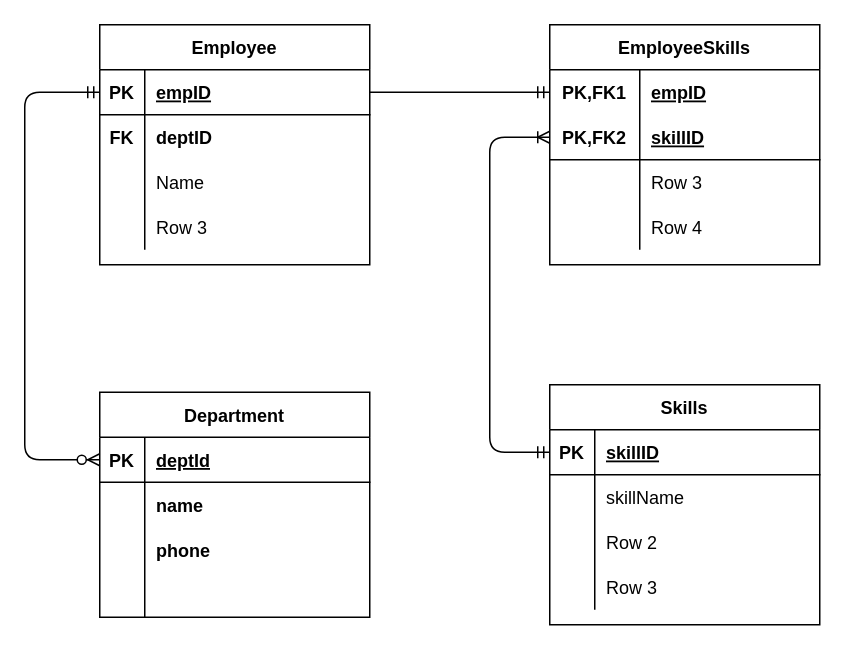
brameldering/temp keeps this draw.io diagram as test employee dept en skill.drawio. Above is the earlier version. Source tidied: cells renumbered, new cells numbered last; positions are measured from the earlier drawing's top-left corner, leaving out a move shared by most shapes. Both pictures are drawn from the tidied source at 150%, with x=0, y=0 at pixel (24, 24).
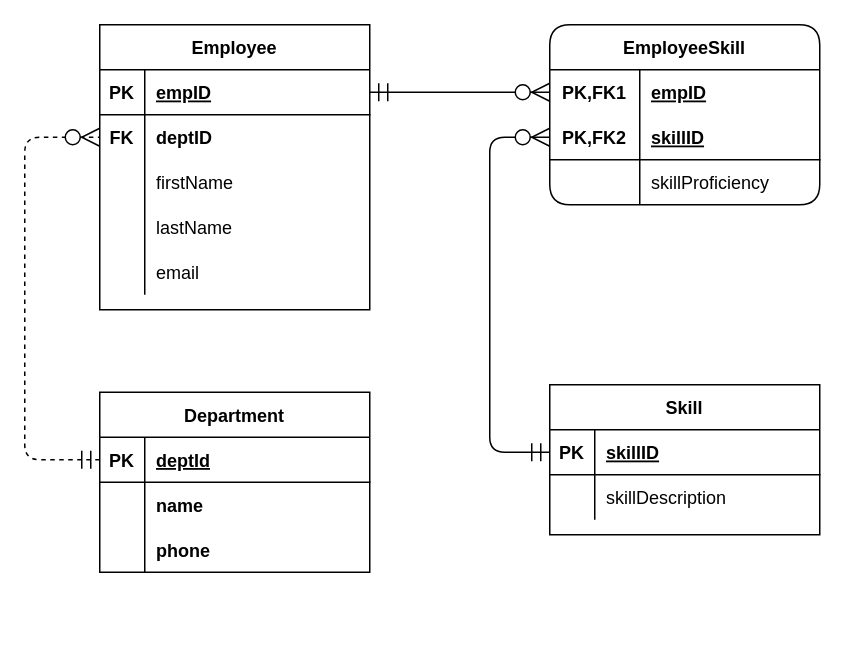
Above is the later version.

The change refers to these unchanged cells:
```xml
<mxCell id="4" style="shape=partialRectangle;fillColor=none;top=0;left=0;bottom=1;right=0;points=[[0,0.5],[1,0.5]];portConstraint=eastwest;" parent="3" vertex="1">
  <mxGeometry y="30" width="180" height="30" as="geometry" />
</mxCell>
<mxCell id="7" style="shape=partialRectangle;fillColor=none;top=0;left=0;bottom=0;right=0;" parent="3" vertex="1">
  <mxGeometry y="60" width="180" height="30" as="geometry" />
</mxCell>
<mxCell id="17" style="shape=partialRectangle;fillColor=none;top=0;left=0;bottom=0;right=0;points=[[0,0.5],[1,0.5]];portConstraint=eastwest;" parent="16" vertex="1">
  <mxGeometry y="30" width="180" height="30" as="geometry" />
</mxCell>
<mxCell id="20" style="shape=partialRectangle;fillColor=none;top=0;left=0;bottom=1;right=0;points=[[0,0.5],[1,0.5]];portConstraint=eastwest;" parent="16" vertex="1">
  <mxGeometry y="60" width="180" height="30" as="geometry" />
</mxCell>
<mxCell id="23" style="shape=partialRectangle;fillColor=none;top=0;left=0;bottom=0;right=0;" parent="16" vertex="1">
  <mxGeometry y="90" width="180" height="30" as="geometry" />
</mxCell>
<mxCell id="30" style="shape=partialRectangle;fillColor=none;top=0;left=0;bottom=1;right=0;points=[[0,0.5],[1,0.5]];portConstraint=eastwest;" parent="29" vertex="1">
  <mxGeometry y="30" width="180" height="30" as="geometry" />
</mxCell>
<mxCell id="33" style="shape=partialRectangle;fillColor=none;top=0;left=0;bottom=0;right=0;points=[[0,0.5],[1,0.5]];portConstraint=eastwest;" parent="29" vertex="1">
  <mxGeometry y="60" width="180" height="30" as="geometry" />
</mxCell>
<mxCell id="36" style="shape=partialRectangle;fillColor=none;top=0;left=0;bottom=0;right=0;" parent="29" vertex="1">
  <mxGeometry y="90" width="180" height="30" as="geometry" />
</mxCell>
<mxCell id="39" style="shape=partialRectangle;fillColor=none;top=0;left=0;bottom=0;right=0;" parent="29" vertex="1">
  <mxGeometry y="120" width="180" height="30" as="geometry" />
</mxCell>
<mxCell id="43" style="shape=partialRectangle;fillColor=none;top=0;left=0;bottom=1;right=0;points=[[0,0.5],[1,0.5]];portConstraint=eastwest;" parent="42" vertex="1">
  <mxGeometry y="30" width="180" height="30" as="geometry" />
</mxCell>
```

The edit, as a diff of the source:
```diff
@@
-    <mxCell id="2" style="fontSize=12;html=1;endArrow=ERoneToMany;startArrow=ERmandOne;entryX=0;entryY=0.5;entryDx=0;entryDy=0;rounded=1;jumpStyle=sharp;exitX=0;exitY=0.5;exitDx=0;exitDy=0;edgeStyle=elbowEdgeStyle;" parent="1" edge="1" source="4" target="20">
-      <mxGeometry relative="1" as="geometry">
-        <Array as="points">
-          <mxPoint x="310" y="170" />
-        </Array>
-      </mxGeometry>
-    </mxCell>
-    <mxCell id="3" value="Skills" style="shape=table;startSize=30;childLayout=tableLayout;rowLines=0;fontStyle=1;align=center;" parent="1" vertex="1">
-      <mxGeometry x="350" y="240" width="180" height="160" as="geometry" />
+    <mxCell id="3" value="Skill" style="shape=table;startSize=30;childLayout=tableLayout;rowLines=0;fontStyle=1;align=center;" parent="1" vertex="1">
+      <mxGeometry x="350" y="240" width="180" height="100" as="geometry" />
     </mxCell>
@@
-    <mxCell id="9" value="skillName" style="shape=partialRectangle;fillColor=none;top=0;left=0;bottom=0;right=0;align=left;spacingLeft=6;overflow=hidden;" parent="7" vertex="1">
+    <mxCell id="9" value="skillDescription" style="shape=partialRectangle;fillColor=none;top=0;left=0;bottom=0;right=0;align=left;spacingLeft=6;overflow=hidden;" parent="7" vertex="1">
       <mxGeometry x="30" width="150" height="30" as="geometry" />
     </mxCell>
-    <mxCell id="10" style="shape=partialRectangle;fillColor=none;top=0;left=0;bottom=0;right=0;" parent="3" vertex="1">
-      <mxGeometry y="90" width="180" height="30" as="geometry" />
-    </mxCell>
-    <mxCell id="11" style="shape=partialRectangle;fillColor=none;top=0;left=0;bottom=0;right=0;overflow=hidden;" parent="10" vertex="1">
-      <mxGeometry width="30" height="30" as="geometry" />
-    </mxCell>
-    <mxCell id="12" value="Row 2" style="shape=partialRectangle;fillColor=none;top=0;left=0;bottom=0;right=0;align=left;spacingLeft=6;overflow=hidden;" parent="10" vertex="1">
-      <mxGeometry x="30" width="150" height="30" as="geometry" />
-    </mxCell>
-    <mxCell id="13" style="shape=partialRectangle;fillColor=none;top=0;left=0;bottom=0;right=0;" parent="3" vertex="1">
-      <mxGeometry y="120" width="180" height="30" as="geometry" />
-    </mxCell>
-    <mxCell id="14" style="shape=partialRectangle;fillColor=none;top=0;left=0;bottom=0;right=0;overflow=hidden;" parent="13" vertex="1">
-      <mxGeometry width="30" height="30" as="geometry" />
-    </mxCell>
-    <mxCell id="15" value="Row 3" style="shape=partialRectangle;fillColor=none;top=0;left=0;bottom=0;right=0;align=left;spacingLeft=6;overflow=hidden;" parent="13" vertex="1">
-      <mxGeometry x="30" width="150" height="30" as="geometry" />
-    </mxCell>
-    <mxCell id="16" value="EmployeeSkills" style="shape=table;startSize=30;childLayout=tableLayout;rowLines=0;fontStyle=1;align=center;" parent="1" vertex="1">
-      <mxGeometry x="350" width="180" height="160" as="geometry" />
+    <mxCell id="16" value="EmployeeSkill" style="shape=table;startSize=30;childLayout=tableLayout;rowLines=0;fontStyle=1;align=center;rounded=1;" parent="1" vertex="1">
+      <mxGeometry x="350" width="180" height="120" as="geometry" />
     </mxCell>
@@
-    <mxCell id="25" value="Row 3" style="shape=partialRectangle;fillColor=none;top=0;left=0;bottom=0;right=0;align=left;spacingLeft=6;overflow=hidden;" parent="23" vertex="1">
+    <mxCell id="25" value="skillProficiency" style="shape=partialRectangle;fillColor=none;top=0;left=0;bottom=0;right=0;align=left;spacingLeft=6;overflow=hidden;" parent="23" vertex="1">
       <mxGeometry x="60" width="120" height="30" as="geometry" />
     </mxCell>
-    <mxCell id="26" style="shape=partialRectangle;fillColor=none;top=0;left=0;bottom=0;right=0;" parent="16" vertex="1">
-      <mxGeometry y="120" width="180" height="30" as="geometry" />
-    </mxCell>
-    <mxCell id="27" style="shape=partialRectangle;fillColor=none;top=0;left=0;bottom=0;right=0;overflow=hidden;" parent="26" vertex="1">
-      <mxGeometry width="60" height="30" as="geometry" />
-    </mxCell>
-    <mxCell id="28" value="Row 4" style="shape=partialRectangle;fillColor=none;top=0;left=0;bottom=0;right=0;align=left;spacingLeft=6;overflow=hidden;" parent="26" vertex="1">
-      <mxGeometry x="60" width="120" height="30" as="geometry" />
-    </mxCell>
     <mxCell id="29" value="Employee" style="shape=table;startSize=30;childLayout=tableLayout;rowLines=0;fontStyle=1;align=center;" parent="1" vertex="1">
-      <mxGeometry x="50" width="180" height="160" as="geometry" />
+      <mxGeometry x="50" width="180" height="190" as="geometry" />
     </mxCell>
@@
-    <mxCell id="38" value="Name" style="shape=partialRectangle;fillColor=none;top=0;left=0;bottom=0;right=0;align=left;spacingLeft=6;overflow=hidden;" parent="36" vertex="1">
+    <mxCell id="38" value="firstName" style="shape=partialRectangle;fillColor=none;top=0;left=0;bottom=0;right=0;align=left;spacingLeft=6;overflow=hidden;" parent="36" vertex="1">
       <mxGeometry x="30" width="150" height="30" as="geometry" />
     </mxCell>
@@
-    <mxCell id="41" value="Row 3" style="shape=partialRectangle;fillColor=none;top=0;left=0;bottom=0;right=0;align=left;spacingLeft=6;overflow=hidden;" parent="39" vertex="1">
+    <mxCell id="41" value="lastName" style="shape=partialRectangle;fillColor=none;top=0;left=0;bottom=0;right=0;align=left;spacingLeft=6;overflow=hidden;" parent="39" vertex="1">
       <mxGeometry x="30" width="150" height="30" as="geometry" />
     </mxCell>
+    <mxCell id="57" style="shape=partialRectangle;fillColor=none;top=0;left=0;bottom=0;right=0;" parent="29" vertex="1">
+      <mxGeometry y="150" width="180" height="30" as="geometry" />
+    </mxCell>
+    <mxCell id="58" style="shape=partialRectangle;fillColor=none;top=0;left=0;bottom=0;right=0;overflow=hidden;" parent="57" vertex="1">
+      <mxGeometry width="30" height="30" as="geometry" />
+    </mxCell>
+    <mxCell id="59" value="email" style="shape=partialRectangle;fillColor=none;top=0;left=0;bottom=0;right=0;align=left;spacingLeft=6;overflow=hidden;" parent="57" vertex="1">
+      <mxGeometry x="30" width="150" height="30" as="geometry" />
+    </mxCell>
     <mxCell id="42" value="Department" style="shape=table;startSize=30;childLayout=tableLayout;rowLines=0;fontStyle=1;align=center;" parent="1" vertex="1">
-      <mxGeometry x="50" y="245" width="180" height="150" as="geometry" />
+      <mxGeometry x="50" y="245" width="180" height="120" as="geometry" />
     </mxCell>
@@
-    <mxCell id="52" style="shape=partialRectangle;fillColor=none;top=0;left=0;bottom=0;right=0;" parent="42" vertex="1">
-      <mxGeometry y="120" width="180" height="30" as="geometry" />
-    </mxCell>
-    <mxCell id="53" style="shape=partialRectangle;fillColor=none;top=0;left=0;bottom=0;right=0;overflow=hidden;" parent="52" vertex="1">
-      <mxGeometry width="30" height="30" as="geometry" />
-    </mxCell>
-    <mxCell id="54" style="shape=partialRectangle;fillColor=none;top=0;left=0;bottom=0;right=0;align=left;spacingLeft=6;overflow=hidden;" parent="52" vertex="1">
-      <mxGeometry x="30" width="150" height="30" as="geometry" />
-    </mxCell>
+    <mxCell id="56" style="edgeStyle=elbowEdgeStyle;fontSize=12;html=1;endArrow=ERzeroToMany;startArrow=ERmandOne;endSize=10;startSize=10;entryX=0;entryY=0.5;entryDx=0;entryDy=0;exitX=0;exitY=0.5;exitDx=0;exitDy=0;dashed=1;" parent="1" edge="1" source="43" target="33">
+      <mxGeometry relative="1" as="geometry">
+        <Array as="points">
+          <mxPoint y="160" />
+        </Array>
+      </mxGeometry>
+    </mxCell>
+    <mxCell id="2" style="edgeStyle=elbowEdgeStyle;fontSize=12;html=1;endArrow=ERzeroToMany;startArrow=ERmandOne;endSize=10;startSize=10;entryX=0;entryY=0.5;entryDx=0;entryDy=0;exitX=0;exitY=0.5;exitDx=0;exitDy=0;" parent="1" edge="1" source="4" target="20">
+      <mxGeometry relative="1" as="geometry">
+        <Array as="points">
+          <mxPoint x="310" y="180" />
+        </Array>
+      </mxGeometry>
+    </mxCell>
-    <mxCell id="55" style="edgeStyle=entityRelationEdgeStyle;fontSize=12;html=1;endArrow=ERmandOne;" parent="1" edge="1" source="30" target="17">
-      <mxGeometry relative="1" as="geometry" />
+    <mxCell id="55" style="edgeStyle=elbowEdgeStyle;fontSize=12;html=1;endArrow=ERzeroToMany;startArrow=ERmandOne;endSize=10;startSize=10;entryX=0;entryY=0.5;entryDx=0;entryDy=0;exitX=1;exitY=0.5;exitDx=0;exitDy=0;" parent="1" edge="1" source="30" target="17">
+      <mxGeometry relative="1" as="geometry">
+        <Array as="points">
+          <mxPoint x="290" y="30" />
+        </Array>
+      </mxGeometry>
     </mxCell>
-    <mxCell id="56" style="edgeStyle=elbowEdgeStyle;fontSize=12;html=1;endArrow=ERzeroToMany;startArrow=ERmandOne;exitX=0;exitY=0.5;exitDx=0;exitDy=0;" parent="1" edge="1" source="30">
-      <mxGeometry relative="1" as="geometry">
-        <mxPoint x="50" y="290" as="targetPoint" />
-        <Array as="points">
-          <mxPoint y="160" />
-        </Array>
-      </mxGeometry>
-    </mxCell>
```
